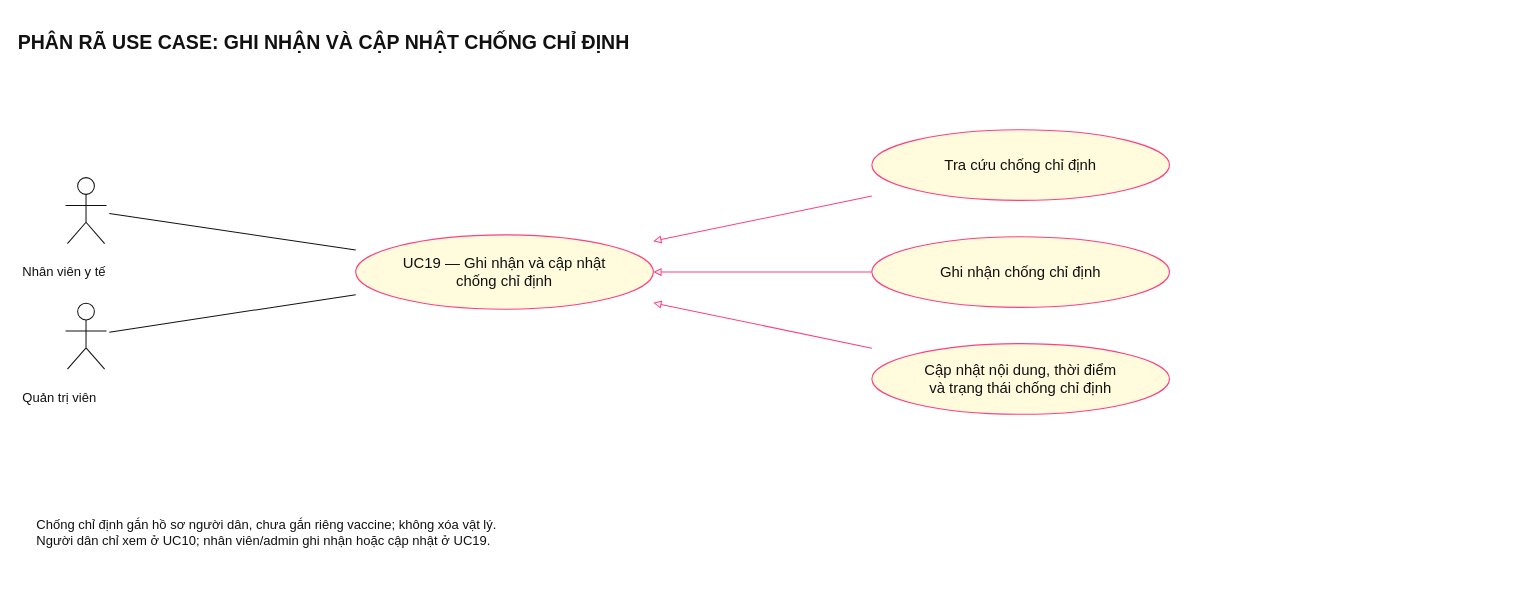
The draw.io diagram page "PR10 — UC10 — Xem chống chỉ định cá nhân" (10 of 34) of VaccinationCommunity/docs/analysis-design-mau/diagrams/02-Phan-ra-use-case.drawio in phucphuc1234/LAB_OOSD, before the edit. Source tidied: cells renumbered, new cells numbered last; positions are measured from the earlier drawing's top-left corner, leaving out a move shared by most shapes. Both pictures are drawn from the tidied source at 93%, with x=0, y=0 at pixel (16, 16).
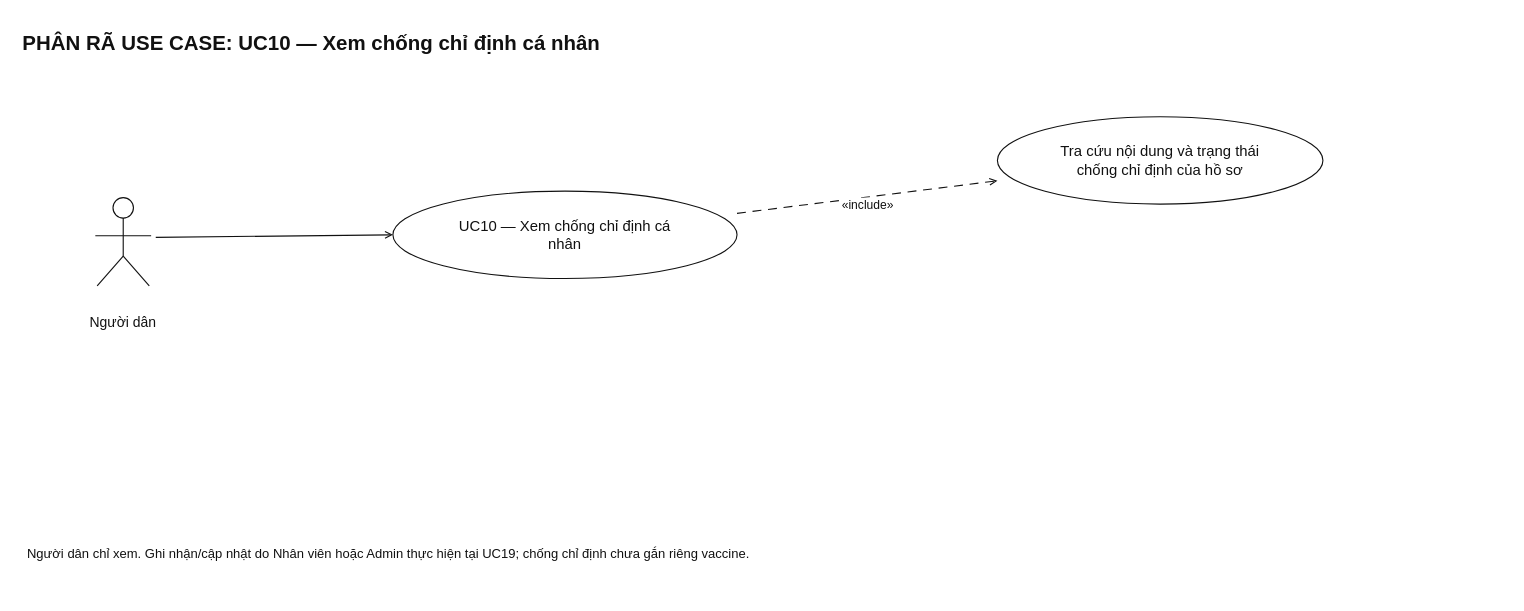
The same diagram, later.

What changed in the source:
```diff
@@
-    <mxCell id="2" value="PHÂN RÃ USE CASE: GHI NHẬN VÀ CẬP NHẬT CHỐNG CHỈ ĐỊNH" style="shape=rectangle;html=0;whiteSpace=wrap;fillColor=none;strokeColor=none;fontFamily=Arial;fontColor=#111111;fontSize=21;fontStyle=1;align=left;verticalAlign=middle;" parent="1" vertex="1">
-      <mxGeometry width="1320" height="55" as="geometry" />
-    </mxCell>
-    <mxCell id="3" value="UC19 — Ghi nhận và cập nhật&#10;chống chỉ định" style="shape=ellipse;html=0;whiteSpace=wrap;fillColor=#fffbdc;strokeColor=#ff4081;strokeWidth=1.2;fontFamily=Arial;fontColor=#111111;fontSize=16;align=center;verticalAlign=middle;spacing=5;" parent="1" vertex="1">
-      <mxGeometry x="365" y="235" width="320" height="80" as="geometry" />
-    </mxCell>
-    <mxCell id="4" style="shape=rectangle;fillColor=none;strokeColor=none;opacity=0;" parent="1" vertex="1">
-      <mxGeometry x="50" y="172.5" width="50" height="72" as="geometry" />
-    </mxCell>
-    <mxCell id="5" style="shape=ellipse;fillColor=#ffffff;strokeColor=#111111;strokeWidth=1.1;" parent="1" vertex="1">
-      <mxGeometry x="66" y="173.5" width="18" height="18" as="geometry" />
-    </mxCell>
-    <mxCell id="6" style="endArrow=none;startArrow=none;strokeColor=#111111;strokeWidth=1.1;" parent="1" edge="1">
-      <mxGeometry relative="1" as="geometry">
-        <mxPoint x="75" y="191.5" as="sourcePoint" />
-        <mxPoint x="75" y="221.5" as="targetPoint" />
-      </mxGeometry>
-    </mxCell>
-    <mxCell id="7" style="endArrow=none;startArrow=none;strokeColor=#111111;strokeWidth=1.1;" parent="1" edge="1">
-      <mxGeometry relative="1" as="geometry">
-        <mxPoint x="53" y="203.5" as="sourcePoint" />
-        <mxPoint x="97" y="203.5" as="targetPoint" />
-      </mxGeometry>
-    </mxCell>
-    <mxCell id="8" style="endArrow=none;startArrow=none;strokeColor=#111111;strokeWidth=1.1;" parent="1" edge="1">
-      <mxGeometry relative="1" as="geometry">
-        <mxPoint x="75" y="221.5" as="sourcePoint" />
-        <mxPoint x="55" y="244.5" as="targetPoint" />
-      </mxGeometry>
-    </mxCell>
-    <mxCell id="9" style="endArrow=none;startArrow=none;strokeColor=#111111;strokeWidth=1.1;" parent="1" edge="1">
-      <mxGeometry relative="1" as="geometry">
-        <mxPoint x="75" y="221.5" as="sourcePoint" />
-        <mxPoint x="95" y="244.5" as="targetPoint" />
-      </mxGeometry>
-    </mxCell>
-    <mxCell id="10" value="Nhân viên y tế" style="shape=rectangle;html=0;whiteSpace=wrap;fillColor=none;strokeColor=none;fontFamily=Arial;fontColor=#111111;fontSize=14;fontStyle=0;align=left;verticalAlign=middle;" parent="1" vertex="1">
-      <mxGeometry x="5" y="250.5" width="150" height="48" as="geometry" />
-    </mxCell>
-    <mxCell id="11" style="edgeStyle=none;html=0;rounded=0;fontFamily=Arial;fontSize=12;fontColor=#111111;labelBackgroundColor=#ffffff;strokeWidth=1.1;strokeColor=#111111;endArrow=none;startArrow=none;" parent="1" edge="1" source="4" target="3">
-      <mxGeometry y="-8" relative="1" as="geometry" />
-    </mxCell>
-    <mxCell id="12" style="shape=rectangle;fillColor=none;strokeColor=none;opacity=0;" parent="1" vertex="1">
-      <mxGeometry x="50" y="307.5" width="50" height="72" as="geometry" />
-    </mxCell>
-    <mxCell id="13" style="shape=ellipse;fillColor=#ffffff;strokeColor=#111111;strokeWidth=1.1;" parent="1" vertex="1">
-      <mxGeometry x="66" y="308.5" width="18" height="18" as="geometry" />
-    </mxCell>
-    <mxCell id="14" style="endArrow=none;startArrow=none;strokeColor=#111111;strokeWidth=1.1;" parent="1" edge="1">
-      <mxGeometry relative="1" as="geometry">
-        <mxPoint x="75" y="326.5" as="sourcePoint" />
-        <mxPoint x="75" y="356.5" as="targetPoint" />
-      </mxGeometry>
-    </mxCell>
-    <mxCell id="15" style="endArrow=none;startArrow=none;strokeColor=#111111;strokeWidth=1.1;" parent="1" edge="1">
-      <mxGeometry relative="1" as="geometry">
-        <mxPoint x="53" y="338.5" as="sourcePoint" />
-        <mxPoint x="97" y="338.5" as="targetPoint" />
-      </mxGeometry>
-    </mxCell>
-    <mxCell id="16" style="endArrow=none;startArrow=none;strokeColor=#111111;strokeWidth=1.1;" parent="1" edge="1">
-      <mxGeometry relative="1" as="geometry">
-        <mxPoint x="75" y="356.5" as="sourcePoint" />
-        <mxPoint x="55" y="379.5" as="targetPoint" />
-      </mxGeometry>
-    </mxCell>
-    <mxCell id="17" style="endArrow=none;startArrow=none;strokeColor=#111111;strokeWidth=1.1;" parent="1" edge="1">
-      <mxGeometry relative="1" as="geometry">
-        <mxPoint x="75" y="356.5" as="sourcePoint" />
-        <mxPoint x="95" y="379.5" as="targetPoint" />
-      </mxGeometry>
-    </mxCell>
-    <mxCell id="18" value="Quản trị viên" style="shape=rectangle;html=0;whiteSpace=wrap;fillColor=none;strokeColor=none;fontFamily=Arial;fontColor=#111111;fontSize=14;fontStyle=0;align=left;verticalAlign=middle;" parent="1" vertex="1">
-      <mxGeometry x="5" y="385.5" width="150" height="48" as="geometry" />
-    </mxCell>
-    <mxCell id="19" style="edgeStyle=none;html=0;rounded=0;fontFamily=Arial;fontSize=12;fontColor=#111111;labelBackgroundColor=#ffffff;strokeWidth=1.1;strokeColor=#111111;endArrow=none;startArrow=none;" parent="1" edge="1" source="12" target="3">
-      <mxGeometry y="-8" relative="1" as="geometry" />
-    </mxCell>
-    <mxCell id="20" value="Tra cứu chống chỉ định" style="shape=ellipse;html=0;whiteSpace=wrap;fillColor=#fffbdc;strokeColor=#ff4081;strokeWidth=1.2;fontFamily=Arial;fontColor=#111111;fontSize=16;align=center;verticalAlign=middle;spacing=5;" parent="1" vertex="1">
-      <mxGeometry x="920" y="122" width="320" height="76" as="geometry" />
-    </mxCell>
-    <mxCell id="21" style="edgeStyle=none;html=0;rounded=0;fontFamily=Arial;fontSize=12;fontColor=#111111;labelBackgroundColor=#ffffff;strokeWidth=1.1;strokeColor=#ff4081;endArrow=block;endFill=0;startArrow=none;" parent="1" edge="1" source="20" target="3">
-      <mxGeometry x="-0.15" y="-8" relative="1" as="geometry" />
-    </mxCell>
-    <mxCell id="22" value="Ghi nhận chống chỉ định" style="shape=ellipse;html=0;whiteSpace=wrap;fillColor=#fffbdc;strokeColor=#ff4081;strokeWidth=1.2;fontFamily=Arial;fontColor=#111111;fontSize=16;align=center;verticalAlign=middle;spacing=5;" parent="1" vertex="1">
-      <mxGeometry x="920" y="237" width="320" height="76" as="geometry" />
-    </mxCell>
-    <mxCell id="23" style="edgeStyle=none;html=0;rounded=0;fontFamily=Arial;fontSize=12;fontColor=#111111;labelBackgroundColor=#ffffff;strokeWidth=1.1;strokeColor=#ff4081;endArrow=block;endFill=0;startArrow=none;" parent="1" edge="1" source="22" target="3">
-      <mxGeometry y="-8" relative="1" as="geometry" />
-    </mxCell>
-    <mxCell id="24" value="Cập nhật nội dung, thời điểm&#10;và trạng thái chống chỉ định" style="shape=ellipse;html=0;whiteSpace=wrap;fillColor=#fffbdc;strokeColor=#ff4081;strokeWidth=1.2;fontFamily=Arial;fontColor=#111111;fontSize=16;align=center;verticalAlign=middle;spacing=5;" parent="1" vertex="1">
-      <mxGeometry x="920" y="352" width="320" height="76" as="geometry" />
-    </mxCell>
-    <mxCell id="25" style="edgeStyle=none;html=0;rounded=0;fontFamily=Arial;fontSize=12;fontColor=#111111;labelBackgroundColor=#ffffff;strokeWidth=1.1;strokeColor=#ff4081;endArrow=block;endFill=0;startArrow=none;" parent="1" edge="1" source="24" target="3">
-      <mxGeometry x="0.15" y="-8" relative="1" as="geometry" />
-    </mxCell>
-    <mxCell id="26" value="Chống chỉ định gắn hồ sơ người dân, chưa gắn riêng vaccine; không xóa vật lý.&#10;Người dân chỉ xem ở UC10; nhân viên/admin ghi nhận hoặc cập nhật ở UC19." style="shape=rectangle;html=0;whiteSpace=wrap;fillColor=none;strokeColor=none;fontFamily=Arial;fontColor=#111111;fontSize=14;fontStyle=0;align=left;verticalAlign=middle;" parent="1" vertex="1">
-      <mxGeometry x="20" y="520" width="1270" height="70" as="geometry" />
-    </mxCell>
+    <mxCell id="27" value="PHÂN RÃ USE CASE: UC10 — Xem chống chỉ định cá nhân" style="shape=rectangle;html=0;whiteSpace=wrap;strokeColor=none;fillColor=none;fontFamily=Arial;fontSize=22;fontColor=#111111;fontStyle=1;align=left;verticalAlign=middle;" parent="1" vertex="1">
+      <mxGeometry x="5" y="1" width="1600" height="58" as="geometry" />
+    </mxCell>
+    <mxCell id="28" value="UC10 — Xem chống chỉ định cá&#10;nhân" style="shape=ellipse;html=0;whiteSpace=wrap;strokeColor=#111111;fillColor=#ffffff;strokeWidth=1.2;fontFamily=Arial;fontSize=16;fontColor=#111111;align=center;verticalAlign=middle;spacing=7;" parent="1" vertex="1">
+      <mxGeometry x="405" y="188" width="370" height="94" as="geometry" />
+    </mxCell>
+    <mxCell id="29" style="shape=rectangle;fillColor=none;strokeColor=none;opacity=0;" parent="1" vertex="1">
+      <mxGeometry x="80" y="195" width="70" height="95" as="geometry" />
+    </mxCell>
+    <mxCell id="30" style="shape=ellipse;fillColor=#ffffff;strokeColor=#111111;strokeWidth=1.2;" parent="1" vertex="1">
+      <mxGeometry x="104" y="195" width="22" height="22" as="geometry" />
+    </mxCell>
+    <mxCell id="31" style="endArrow=none;startArrow=none;strokeColor=#111111;strokeWidth=1.2;" parent="1" edge="1">
+      <mxGeometry relative="1" as="geometry">
+        <mxPoint x="115" y="217" as="sourcePoint" />
+        <mxPoint x="115" y="258" as="targetPoint" />
+      </mxGeometry>
+    </mxCell>
+    <mxCell id="32" style="endArrow=none;startArrow=none;strokeColor=#111111;strokeWidth=1.2;" parent="1" edge="1">
+      <mxGeometry relative="1" as="geometry">
+        <mxPoint x="85" y="236" as="sourcePoint" />
+        <mxPoint x="145" y="236" as="targetPoint" />
+      </mxGeometry>
+    </mxCell>
+    <mxCell id="33" style="endArrow=none;startArrow=none;strokeColor=#111111;strokeWidth=1.2;" parent="1" edge="1">
+      <mxGeometry relative="1" as="geometry">
+        <mxPoint x="115" y="258" as="sourcePoint" />
+        <mxPoint x="87" y="290" as="targetPoint" />
+      </mxGeometry>
+    </mxCell>
+    <mxCell id="34" style="endArrow=none;startArrow=none;strokeColor=#111111;strokeWidth=1.2;" parent="1" edge="1">
+      <mxGeometry relative="1" as="geometry">
+        <mxPoint x="115" y="258" as="sourcePoint" />
+        <mxPoint x="143" y="290" as="targetPoint" />
+      </mxGeometry>
+    </mxCell>
+    <mxCell id="35" value="Người dân" style="shape=rectangle;html=0;whiteSpace=wrap;strokeColor=none;fillColor=none;fontFamily=Arial;fontSize=15;fontColor=#111111;fontStyle=0;align=center;verticalAlign=middle;" parent="1" vertex="1">
+      <mxGeometry x="15" y="298" width="200" height="62" as="geometry" />
+    </mxCell>
+    <mxCell id="36" style="edgeStyle=none;rounded=0;html=0;fontFamily=Arial;fontSize=13;fontColor=#111111;labelBackgroundColor=#ffffff;strokeWidth=1.2;strokeColor=#111111;endArrow=open;endFill=0;startArrow=none;exitX=1;exitY=0.45;entryX=0;entryY=0.5;" parent="1" edge="1" source="29" target="28">
+      <mxGeometry y="-8" relative="1" as="geometry" />
+    </mxCell>
+    <mxCell id="37" value="Tra cứu nội dung và trạng thái&#10;chống chỉ định của hồ sơ" style="shape=ellipse;html=0;whiteSpace=wrap;strokeColor=#111111;fillColor=#ffffff;strokeWidth=1.2;fontFamily=Arial;fontSize=16;fontColor=#111111;align=center;verticalAlign=middle;spacing=7;" parent="1" vertex="1">
+      <mxGeometry x="1055" y="108" width="350" height="94" as="geometry" />
+    </mxCell>
+    <mxCell id="38" value="«include»" style="edgeStyle=none;rounded=0;html=0;fontFamily=Arial;fontSize=13;fontColor=#111111;labelBackgroundColor=#ffffff;strokeWidth=1.2;strokeColor=#111111;dashed=1;dashPattern=8 6;endArrow=open;endFill=0;startArrow=none;" parent="1" edge="1" source="28" target="37">
+      <mxGeometry y="-8" relative="1" as="geometry" />
+    </mxCell>
+    <mxCell id="39" value="Người dân chỉ xem. Ghi nhận/cập nhật do Nhân viên hoặc Admin thực hiện tại UC19; chống chỉ định chưa gắn riêng vaccine." style="shape=rectangle;html=0;whiteSpace=wrap;strokeColor=none;fillColor=none;fontFamily=Arial;fontSize=14;fontColor=#111111;fontStyle=0;align=left;verticalAlign=middle;" parent="1" vertex="1">
+      <mxGeometry x="10" y="533" width="1590" height="90" as="geometry" />
+    </mxCell>
```
